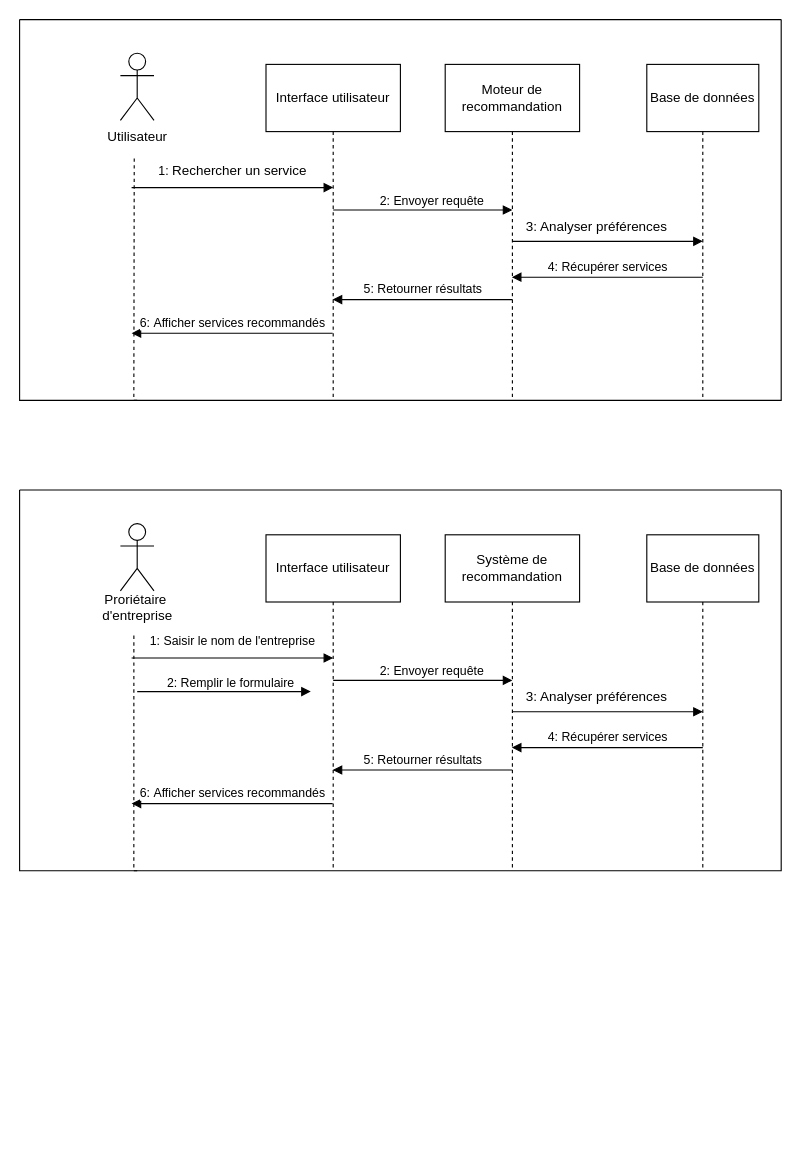
Before: se.drawio in Rahma3-sys/Searchgi, a draw.io diagram. Source tidied: cells renumbered, new cells numbered last; positions are measured from the earlier drawing's top-left corner, leaving out a move shared by most shapes. Both pictures are drawn from the tidied source at 112%, with x=0, y=0 at pixel (19, 19).
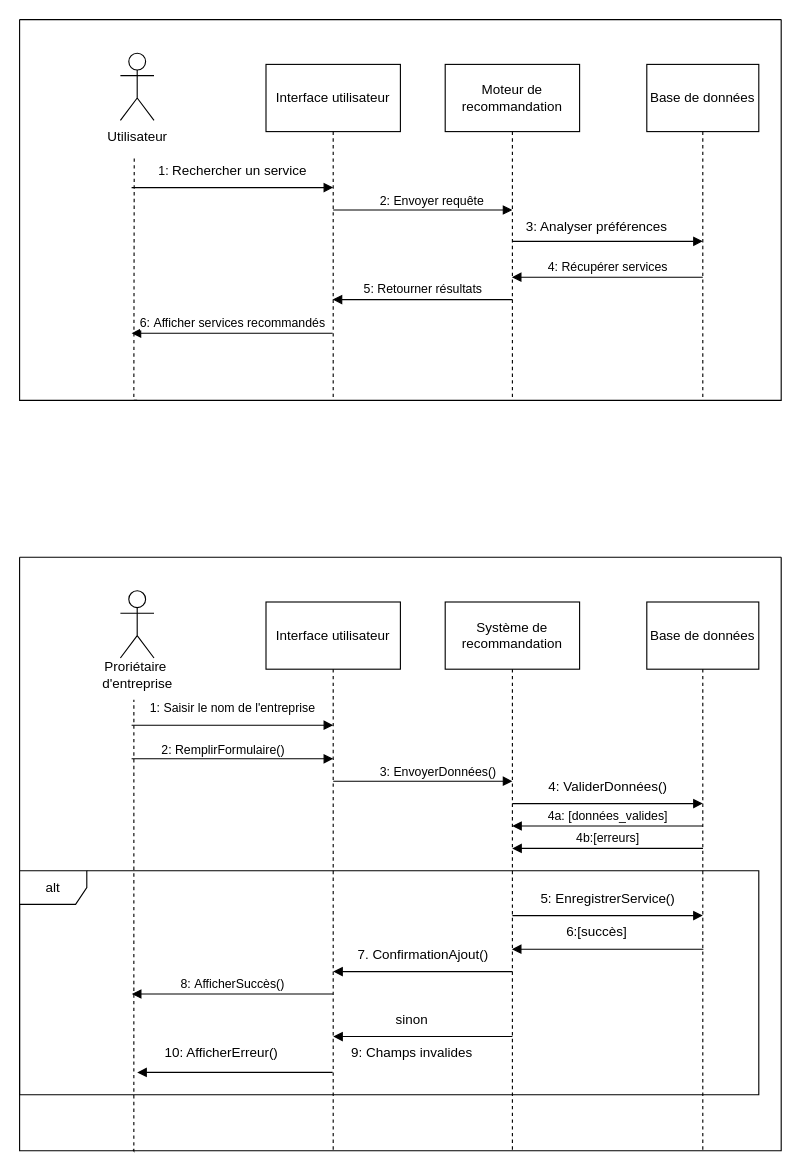
After the change.

Commit message:
Mettre à jour sequ.drawio

The change refers to these unchanged cells:
```xml
<mxCell id="3" value="Proriétaire&amp;nbsp;&lt;div&gt;d'entreprise&lt;/div&gt;" style="text;html=1;align=center;verticalAlign=middle;points=[];strokeColor=none;fillColor=none;" parent="2" vertex="1">
  <mxGeometry x="60" y="85" width="90" height="40" as="geometry" />
</mxCell>
```

What changed in the source:
```diff
@@
     <mxCell id="2" style="swimlane;startSize=0;" parent="1" vertex="1">
-      <mxGeometry y="420" width="680" height="340" as="geometry" />
+      <mxGeometry y="480" width="680" height="530" as="geometry" />
     </mxCell>
@@
-    <mxCell id="4" style="endArrow=none;dashed=1;html=1;rounded=0;entryX=0.467;entryY=1.056;entryDx=0;entryDy=0;entryPerimeter=0;" parent="2" edge="1" target="3">
+    <mxCell id="4" style="endArrow=none;dashed=1;html=1;rounded=0;entryX=0.467;entryY=1.056;entryDx=0;entryDy=0;entryPerimeter=0;exitX=0.149;exitY=0.998;exitDx=0;exitDy=0;exitPerimeter=0;" parent="2" edge="1" source="2" target="3">
       <mxGeometry relative="1" as="geometry">
-        <mxPoint x="105" y="340" as="sourcePoint" />
         <Array as="points">
-          <mxPoint x="102" y="340" />
+          <mxPoint x="102" y="530" />
         </Array>
       </mxGeometry>
     </mxCell>
@@
     <mxCell id="6" style="endArrow=block;endFill=1;html=1;edgeStyle=orthogonalEdgeStyle;align=left;verticalAlign=top;rounded=0;" parent="2" edge="1">
       <mxGeometry x="-1" relative="1" as="geometry">
-        <mxPoint x="280" y="170" as="sourcePoint" />
-        <mxPoint x="440" y="170" as="targetPoint" />
+        <mxPoint x="280" y="200" as="sourcePoint" />
+        <mxPoint x="440" y="200" as="targetPoint" />
       </mxGeometry>
     </mxCell>
-    <mxCell id="7" value="2:&amp;nbsp;&lt;span style=&quot;background-color: light-dark(#ffffff, var(--ge-dark-color, #121212)); color: light-dark(rgb(0, 0, 0), rgb(255, 255, 255));&quot;&gt;Envoyer requête&lt;/span&gt;" style="edgeLabel;html=1;align=left;verticalAlign=bottom;" parent="6" vertex="1">
+    <mxCell id="7" value="3:&amp;nbsp;EnvoyerDonnées()" style="edgeLabel;html=1;align=left;verticalAlign=bottom;" parent="6" vertex="1">
       <mxGeometry x="-1" relative="1" as="geometry">
         <mxPoint x="40" as="offset" />
       </mxGeometry>
     </mxCell>
-    <mxCell id="8" value="4:&amp;nbsp;&lt;span style=&quot;background-color: light-dark(#ffffff, var(--ge-dark-color, #121212)); color: light-dark(rgb(0, 0, 0), rgb(255, 255, 255));&quot;&gt;Récupérer services&lt;/span&gt;" style="html=1;verticalAlign=bottom;endArrow=block;curved=0;rounded=0;" parent="2" edge="1" target="11">
+    <mxCell id="8" value="4a:&amp;nbsp;&lt;span style=&quot;background-color: light-dark(#ffffff, var(--ge-dark-color, #121212)); color: light-dark(rgb(0, 0, 0), rgb(255, 255, 255));&quot;&gt;[données_valides]&lt;/span&gt;" style="html=1;verticalAlign=bottom;endArrow=block;curved=0;rounded=0;" parent="2" edge="1">
       <mxGeometry relative="1" as="geometry">
-        <mxPoint x="610" y="230" as="sourcePoint" />
+        <mxPoint x="610.2" y="240" as="sourcePoint" />
+        <mxPoint x="439.8" y="240" as="targetPoint" />
       </mxGeometry>
     </mxCell>
-    <mxCell id="9" value="6:&amp;nbsp;&lt;span style=&quot;background-color: light-dark(#ffffff, var(--ge-dark-color, #121212)); color: light-dark(rgb(0, 0, 0), rgb(255, 255, 255));&quot;&gt;Afficher services recommandés&lt;/span&gt;" style="html=1;verticalAlign=bottom;endArrow=block;curved=0;rounded=0;" parent="2" edge="1" source="12">
+    <mxCell id="9" value="8:&amp;nbsp;AfficherSuccès()" style="html=1;verticalAlign=bottom;endArrow=block;curved=0;rounded=0;" parent="2" edge="1">
       <mxGeometry relative="1" as="geometry">
-        <mxPoint x="100" y="280" as="targetPoint" />
+        <mxPoint x="279.8" y="390" as="sourcePoint" />
+        <mxPoint x="100.2" y="390" as="targetPoint" />
       </mxGeometry>
     </mxCell>
-    <mxCell id="10" value="5:&amp;nbsp;&lt;span style=&quot;background-color: light-dark(#ffffff, var(--ge-dark-color, #121212)); color: light-dark(rgb(0, 0, 0), rgb(255, 255, 255));&quot;&gt;Retourner résultats&lt;/span&gt;" style="html=1;verticalAlign=bottom;endArrow=block;curved=0;rounded=0;" parent="2" edge="1" target="12">
+    <mxCell id="10" style="html=1;verticalAlign=bottom;endArrow=block;curved=0;rounded=0;" parent="2" edge="1">
       <mxGeometry relative="1" as="geometry">
-        <mxPoint x="440" y="250" as="sourcePoint" />
+        <mxPoint x="610.5" y="350" as="sourcePoint" />
+        <mxPoint x="439.5" y="350" as="targetPoint" />
       </mxGeometry>
     </mxCell>
     <mxCell id="11" value="Système de recommandation" style="shape=umlLifeline;perimeter=lifelinePerimeter;whiteSpace=wrap;html=1;outlineConnect=0;portConstraint=eastwest;newEdgeStyle={&quot;curved&quot;:0,&quot;rounded&quot;:0};size=60;" parent="2" vertex="1">
-      <mxGeometry x="380" y="40" width="120" height="300" as="geometry" />
+      <mxGeometry x="380" y="40" width="120" height="490" as="geometry" />
     </mxCell>
     <mxCell id="12" value="Interface utilisateur" style="shape=umlLifeline;perimeter=lifelinePerimeter;whiteSpace=wrap;html=1;outlineConnect=0;portConstraint=eastwest;newEdgeStyle={&quot;curved&quot;:0,&quot;rounded&quot;:0};size=60;" parent="2" vertex="1">
-      <mxGeometry x="220" y="40" width="120" height="300" as="geometry" />
+      <mxGeometry x="220" y="40" width="120" height="490" as="geometry" />
     </mxCell>
     <mxCell id="13" value="Base de données" style="shape=umlLifeline;perimeter=lifelinePerimeter;whiteSpace=wrap;html=1;newEdgeStyle={&quot;curved&quot;:0,&quot;rounded&quot;:0};size=60;" parent="2" vertex="1">
-      <mxGeometry x="560" y="40" width="100" height="300" as="geometry" />
+      <mxGeometry x="560" y="40" width="100" height="490" as="geometry" />
     </mxCell>
@@
-    <mxCell id="16" value="3: Analyser préférences" style="text;html=1;align=center;verticalAlign=middle;strokeColor=none;fillColor=none;" parent="2" vertex="1">
-      <mxGeometry x="440" y="170" width="150" height="30" as="geometry" />
+    <mxCell id="16" value="4:&amp;nbsp;ValiderDonnées()" style="text;html=1;align=center;verticalAlign=middle;strokeColor=none;fillColor=none;" parent="2" vertex="1">
+      <mxGeometry x="460" y="190" width="130" height="30" as="geometry" />
     </mxCell>
     <mxCell id="17" style="endArrow=block;endFill=1;html=1;edgeStyle=orthogonalEdgeStyle;align=left;verticalAlign=top;rounded=0;entryX=0.5;entryY=0.183;entryDx=0;entryDy=0;entryPerimeter=0;" parent="2" edge="1">
       <mxGeometry x="-1" relative="1" as="geometry">
-        <mxPoint x="440" y="198" as="sourcePoint" />
-        <mxPoint x="610" y="198" as="targetPoint" />
+        <mxPoint x="440" y="220" as="sourcePoint" />
+        <mxPoint x="610" y="220" as="targetPoint" />
       </mxGeometry>
     </mxCell>
     <mxCell id="18" style="endArrow=block;endFill=1;html=1;edgeStyle=orthogonalEdgeStyle;align=left;verticalAlign=top;rounded=0;" parent="2" edge="1">
       <mxGeometry x="-1" relative="1" as="geometry">
-        <mxPoint x="105" y="180" as="sourcePoint" />
-        <mxPoint x="260" y="180" as="targetPoint" />
+        <mxPoint x="100" y="180" as="sourcePoint" />
+        <mxPoint x="280" y="180" as="targetPoint" />
       </mxGeometry>
     </mxCell>
-    <mxCell id="19" value="2: Remplir le formulaire" style="edgeLabel;html=1;align=left;verticalAlign=bottom;" parent="18" vertex="1">
+    <mxCell id="19" value="2: RemplirFormulaire()" style="edgeLabel;html=1;align=left;verticalAlign=bottom;" parent="18" vertex="1">
       <mxGeometry x="-1" relative="1" as="geometry">
         <mxPoint x="25" as="offset" />
       </mxGeometry>
     </mxCell>
+    <mxCell id="36" value="4b:[erreurs]" style="html=1;verticalAlign=bottom;endArrow=block;curved=0;rounded=0;" parent="2" edge="1">
+      <mxGeometry relative="1" as="geometry">
+        <mxPoint x="610.2" y="260" as="sourcePoint" />
+        <mxPoint x="439.8" y="260" as="targetPoint" />
+      </mxGeometry>
+    </mxCell>
+    <mxCell id="37" value="alt" style="shape=umlFrame;whiteSpace=wrap;html=1;" parent="2" vertex="1">
+      <mxGeometry y="280" width="660" height="200" as="geometry" />
+    </mxCell>
+    <mxCell id="38" value="5: EnregistrerService()" style="text;html=1;align=center;verticalAlign=middle;strokeColor=none;fillColor=none;" parent="2" vertex="1">
+      <mxGeometry x="455" y="290" width="140" height="30" as="geometry" />
+    </mxCell>
+    <mxCell id="39" value="6:[succès]" style="text;html=1;align=center;verticalAlign=middle;strokeColor=none;fillColor=none;" parent="2" vertex="1">
+      <mxGeometry x="475" y="320" width="80" height="30" as="geometry" />
+    </mxCell>
+    <mxCell id="40" style="endArrow=block;endFill=1;html=1;edgeStyle=orthogonalEdgeStyle;align=left;verticalAlign=top;rounded=0;entryX=0.5;entryY=0.183;entryDx=0;entryDy=0;entryPerimeter=0;" parent="2" edge="1">
+      <mxGeometry x="-1" relative="1" as="geometry">
+        <mxPoint x="440" y="320" as="sourcePoint" />
+        <mxPoint x="610" y="320" as="targetPoint" />
+      </mxGeometry>
+    </mxCell>
+    <mxCell id="41" value="7. ConfirmationAjout()" style="text;html=1;align=center;verticalAlign=middle;strokeColor=none;fillColor=none;" parent="2" vertex="1">
+      <mxGeometry x="290" y="340" width="140" height="30" as="geometry" />
+    </mxCell>
+    <mxCell id="42" style="html=1;verticalAlign=bottom;endArrow=block;curved=0;rounded=0;" parent="2" edge="1">
+      <mxGeometry relative="1" as="geometry">
+        <mxPoint x="440" y="370" as="sourcePoint" />
+        <mxPoint x="280" y="370" as="targetPoint" />
+      </mxGeometry>
+    </mxCell>
+    <mxCell id="43" value="sinon" style="text;html=1;align=center;verticalAlign=middle;strokeColor=none;fillColor=none;" parent="2" vertex="1">
+      <mxGeometry x="325" y="398" width="50" height="30" as="geometry" />
+    </mxCell>
+    <mxCell id="44" style="html=1;verticalAlign=bottom;endArrow=block;curved=0;rounded=0;" parent="2" edge="1" source="12">
+      <mxGeometry relative="1" as="geometry">
+        <mxPoint x="105" y="460" as="targetPoint" />
+      </mxGeometry>
+    </mxCell>
+    <mxCell id="45" value="10: AfficherErreur()" style="text;html=1;align=center;verticalAlign=middle;strokeColor=none;fillColor=none;" parent="2" vertex="1">
+      <mxGeometry x="120" y="428" width="120" height="30" as="geometry" />
+    </mxCell>
@@
+    <mxCell id="46" style="html=1;verticalAlign=bottom;endArrow=block;curved=0;rounded=0;" parent="1" edge="1">
+      <mxGeometry relative="1" as="geometry">
+        <mxPoint x="440" y="908" as="sourcePoint" />
+        <mxPoint x="280" y="908" as="targetPoint" />
+      </mxGeometry>
+    </mxCell>
+    <mxCell id="47" value="9: Champs invalides" style="text;html=1;align=center;verticalAlign=middle;strokeColor=none;fillColor=none;" parent="1" vertex="1">
+      <mxGeometry x="285" y="908" width="130" height="30" as="geometry" />
+    </mxCell>
```
